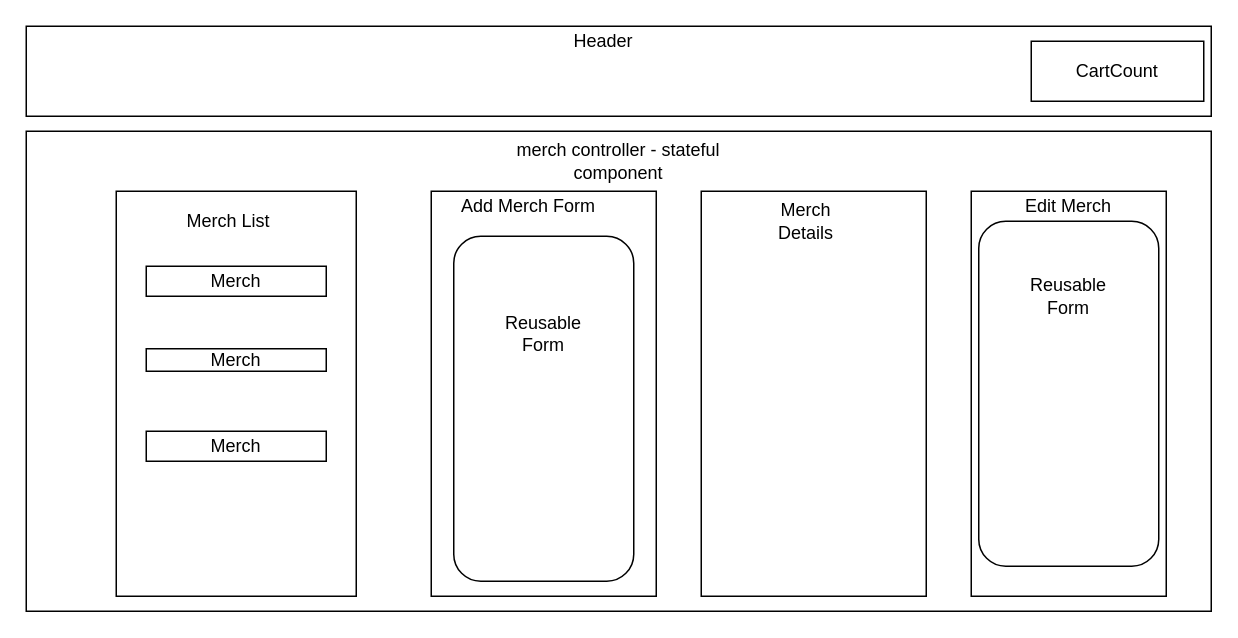
Before: Untitled Diagram.drawio in OkilyDokily/merch-site, a draw.io diagram. Source tidied: cells renumbered, new cells numbered last; positions are measured from the earlier drawing's top-left corner, leaving out a move shared by most shapes. Both pictures are drawn from the tidied source at 150%, with x=0, y=0 at pixel (26, 26).
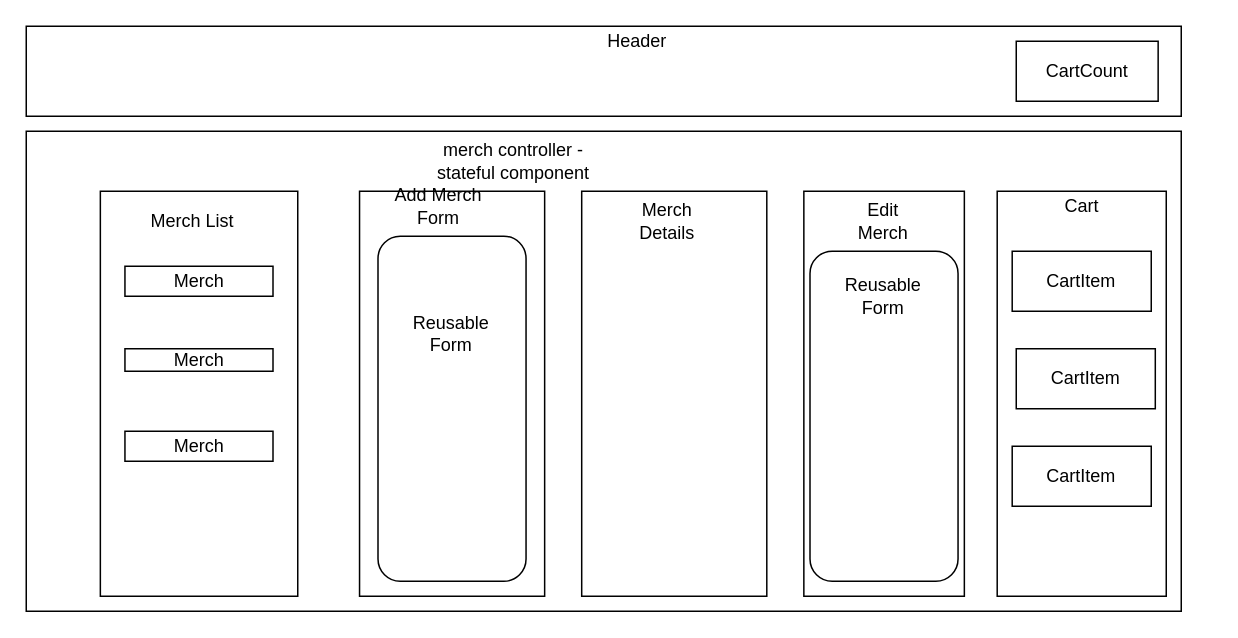
The same page after the edit.

Diff of the diagram source:
```diff
@@
     <mxCell id="2" style="rounded=0;whiteSpace=wrap;html=1;" parent="1" vertex="1">
-      <mxGeometry y="70" width="790" height="320" as="geometry" />
+      <mxGeometry y="70" width="770" height="320" as="geometry" />
     </mxCell>
     <mxCell id="3" value="merch controller - stateful component" style="text;html=1;strokeColor=none;fillColor=none;align=center;verticalAlign=middle;whiteSpace=wrap;rounded=0;" parent="1" vertex="1">
-      <mxGeometry x="315" y="80" width="160" height="20" as="geometry" />
+      <mxGeometry x="259.2" y="80" width="131.6" height="20" as="geometry" />
     </mxCell>
     <mxCell id="4" style="rounded=0;whiteSpace=wrap;html=1;" parent="1" vertex="1">
-      <mxGeometry x="60" y="110" width="160" height="270" as="geometry" />
+      <mxGeometry x="49.4" y="110" width="131.6" height="270" as="geometry" />
     </mxCell>
     <mxCell id="5" value="Merch List" style="text;html=1;strokeColor=none;fillColor=none;align=center;verticalAlign=middle;whiteSpace=wrap;rounded=0;" parent="1" vertex="1">
-      <mxGeometry x="90" y="120" width="90" height="20" as="geometry" />
+      <mxGeometry x="74.1" y="120" width="74.1" height="20" as="geometry" />
     </mxCell>
     <mxCell id="6" style="rounded=0;whiteSpace=wrap;html=1;" parent="1" vertex="1">
-      <mxGeometry x="270" y="110" width="150" height="270" as="geometry" />
+      <mxGeometry x="222.2" y="110" width="123.4" height="270" as="geometry" />
     </mxCell>
     <mxCell id="7" value="Merch" style="rounded=0;whiteSpace=wrap;html=1;" parent="1" vertex="1">
-      <mxGeometry x="80" y="215" width="120" height="15" as="geometry" />
+      <mxGeometry x="65.8" y="215" width="98.7" height="15" as="geometry" />
     </mxCell>
     <mxCell id="8" value="Merch" style="rounded=0;whiteSpace=wrap;html=1;" parent="1" vertex="1">
-      <mxGeometry x="80" y="160" width="120" height="20" as="geometry" />
+      <mxGeometry x="65.8" y="160" width="98.7" height="20" as="geometry" />
     </mxCell>
     <mxCell id="9" value="Merch" style="rounded=0;whiteSpace=wrap;html=1;" parent="1" vertex="1">
-      <mxGeometry x="80" y="270" width="120" height="20" as="geometry" />
+      <mxGeometry x="65.8" y="270" width="98.7" height="20" as="geometry" />
     </mxCell>
     <mxCell id="10" value="Add Merch Form" style="text;html=1;strokeColor=none;fillColor=none;align=center;verticalAlign=middle;whiteSpace=wrap;rounded=0;" parent="1" vertex="1">
-      <mxGeometry x="285" y="110" width="100" height="20" as="geometry" />
+      <mxGeometry x="234.5" y="110" width="82.3" height="20" as="geometry" />
     </mxCell>
     <mxCell id="11" style="rounded=0;whiteSpace=wrap;html=1;" parent="1" vertex="1">
-      <mxGeometry x="450" y="110" width="150" height="270" as="geometry" />
+      <mxGeometry x="370.3" y="110" width="123.4" height="270" as="geometry" />
     </mxCell>
     <mxCell id="12" value="Merch Details&lt;br&gt;" style="text;html=1;strokeColor=none;fillColor=none;align=center;verticalAlign=middle;whiteSpace=wrap;rounded=0;" parent="1" vertex="1">
-      <mxGeometry x="500" y="120" width="40" height="20" as="geometry" />
+      <mxGeometry x="411.4" y="120" width="32.9" height="20" as="geometry" />
     </mxCell>
     <mxCell id="13" style="rounded=0;whiteSpace=wrap;html=1;" parent="1" vertex="1">
-      <mxGeometry x="630" y="110" width="130" height="270" as="geometry" />
+      <mxGeometry x="518.4" y="110" width="107" height="270" as="geometry" />
     </mxCell>
     <mxCell id="14" value="Edit Merch" style="text;html=1;strokeColor=none;fillColor=none;align=center;verticalAlign=middle;whiteSpace=wrap;rounded=0;" parent="1" vertex="1">
-      <mxGeometry x="665" y="110" width="60" height="20" as="geometry" />
+      <mxGeometry x="547.2" y="120" width="49.4" height="20" as="geometry" />
     </mxCell>
     <mxCell id="15" style="rounded=1;whiteSpace=wrap;html=1;" parent="1" vertex="1">
-      <mxGeometry x="285" y="140" width="120" height="230" as="geometry" />
+      <mxGeometry x="234.5" y="140" width="98.7" height="230" as="geometry" />
     </mxCell>
     <mxCell id="16" value="Reusable Form" style="text;html=1;strokeColor=none;fillColor=none;align=center;verticalAlign=middle;whiteSpace=wrap;rounded=0;" parent="1" vertex="1">
-      <mxGeometry x="325" y="195" width="40" height="20" as="geometry" />
+      <mxGeometry x="267.4" y="195" width="32.9" height="20" as="geometry" />
     </mxCell>
     <mxCell id="17" style="rounded=1;whiteSpace=wrap;html=1;" parent="1" vertex="1">
-      <mxGeometry x="635" y="130" width="120" height="230" as="geometry" />
+      <mxGeometry x="522.5" y="150" width="98.7" height="220" as="geometry" />
     </mxCell>
     <mxCell id="18" value="Reusable Form&lt;br&gt;" style="text;html=1;strokeColor=none;fillColor=none;align=center;verticalAlign=middle;whiteSpace=wrap;rounded=0;" parent="1" vertex="1">
-      <mxGeometry x="675" y="170" width="40" height="20" as="geometry" />
+      <mxGeometry x="555.4" y="170" width="32.9" height="20" as="geometry" />
     </mxCell>
     <mxCell id="19" style="rounded=0;whiteSpace=wrap;html=1;" parent="1" vertex="1">
-      <mxGeometry width="790" height="60" as="geometry" />
+      <mxGeometry width="770" height="60" as="geometry" />
     </mxCell>
     <mxCell id="20" value="Header" style="text;html=1;strokeColor=none;fillColor=none;align=center;verticalAlign=middle;whiteSpace=wrap;rounded=0;" parent="1" vertex="1">
-      <mxGeometry x="315" width="140" height="20" as="geometry" />
+      <mxGeometry x="350" width="115.2" height="20" as="geometry" />
     </mxCell>
     <mxCell id="21" value="CartCount" style="rounded=0;whiteSpace=wrap;html=1;" parent="1" vertex="1">
-      <mxGeometry x="670" y="10" width="115" height="40" as="geometry" />
+      <mxGeometry x="660" y="10" width="94.6" height="40" as="geometry" />
     </mxCell>
+    <mxCell id="22" style="rounded=0;whiteSpace=wrap;html=1;" parent="1" vertex="1">
+      <mxGeometry x="647.3" y="110" width="112.7" height="270" as="geometry" />
+    </mxCell>
+    <mxCell id="23" value="Cart" style="text;html=1;strokeColor=none;fillColor=none;align=center;verticalAlign=middle;whiteSpace=wrap;rounded=0;" parent="1" vertex="1">
+      <mxGeometry x="683.6" y="110" width="40" height="20" as="geometry" />
+    </mxCell>
+    <mxCell id="24" value="CartItem" style="rounded=0;whiteSpace=wrap;html=1;" parent="1" vertex="1">
+      <mxGeometry x="657.3" y="150" width="92.7" height="40" as="geometry" />
+    </mxCell>
+    <mxCell id="25" value="CartItem" style="rounded=0;whiteSpace=wrap;html=1;" parent="1" vertex="1">
+      <mxGeometry x="660" y="215" width="92.7" height="40" as="geometry" />
+    </mxCell>
+    <mxCell id="26" value="CartItem" style="rounded=0;whiteSpace=wrap;html=1;" parent="1" vertex="1">
+      <mxGeometry x="657.3" y="280" width="92.7" height="40" as="geometry" />
+    </mxCell>
```
